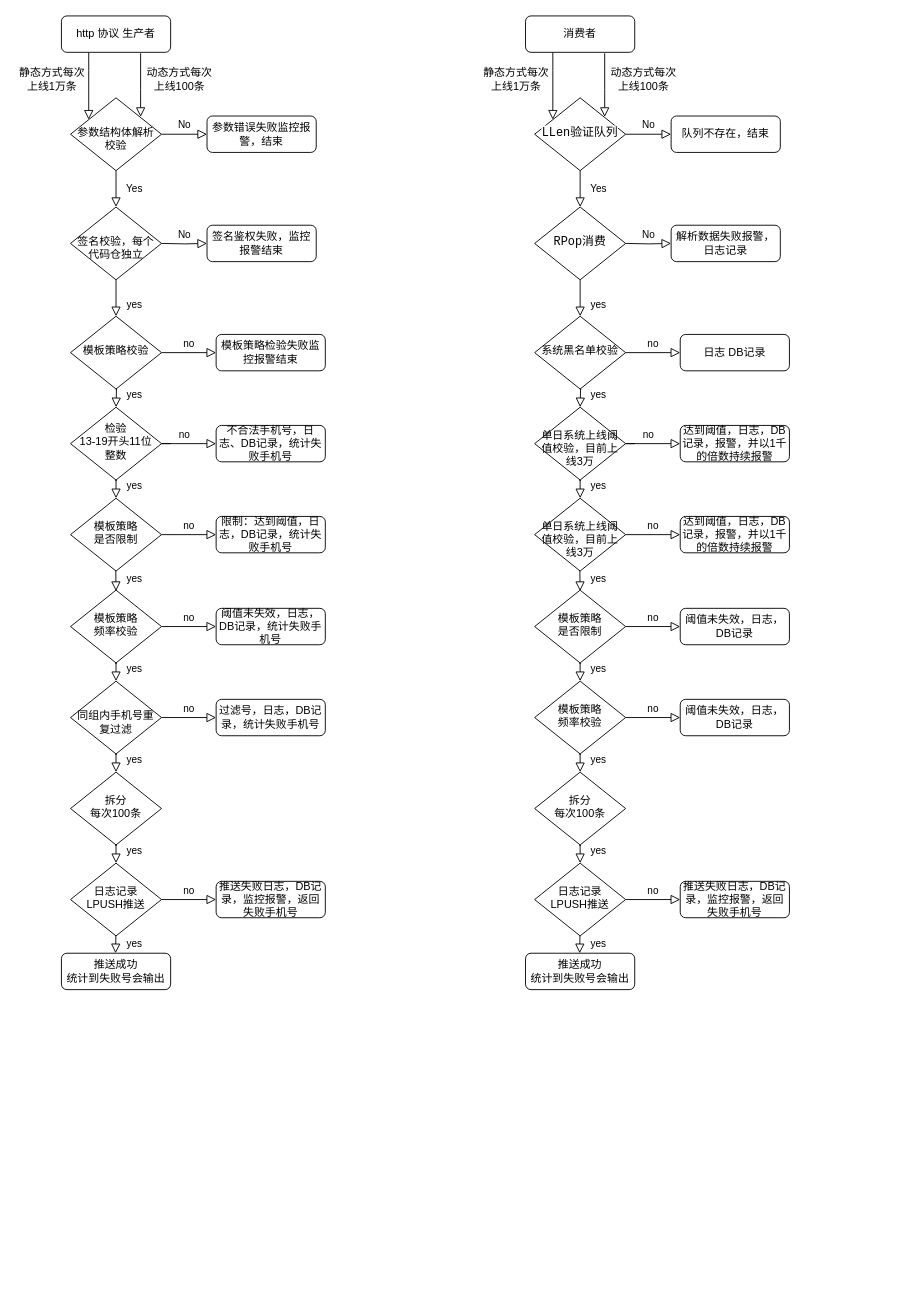
This is 新短信发送流程图.drawio from akun87/activity, a draw.io file, before an edit. Source tidied: cells renumbered, new cells numbered last; positions are measured from the earlier drawing's top-left corner, leaving out a move shared by most shapes. Both pictures are drawn from the tidied source at 91%, with x=0, y=0 at pixel (15, 15).
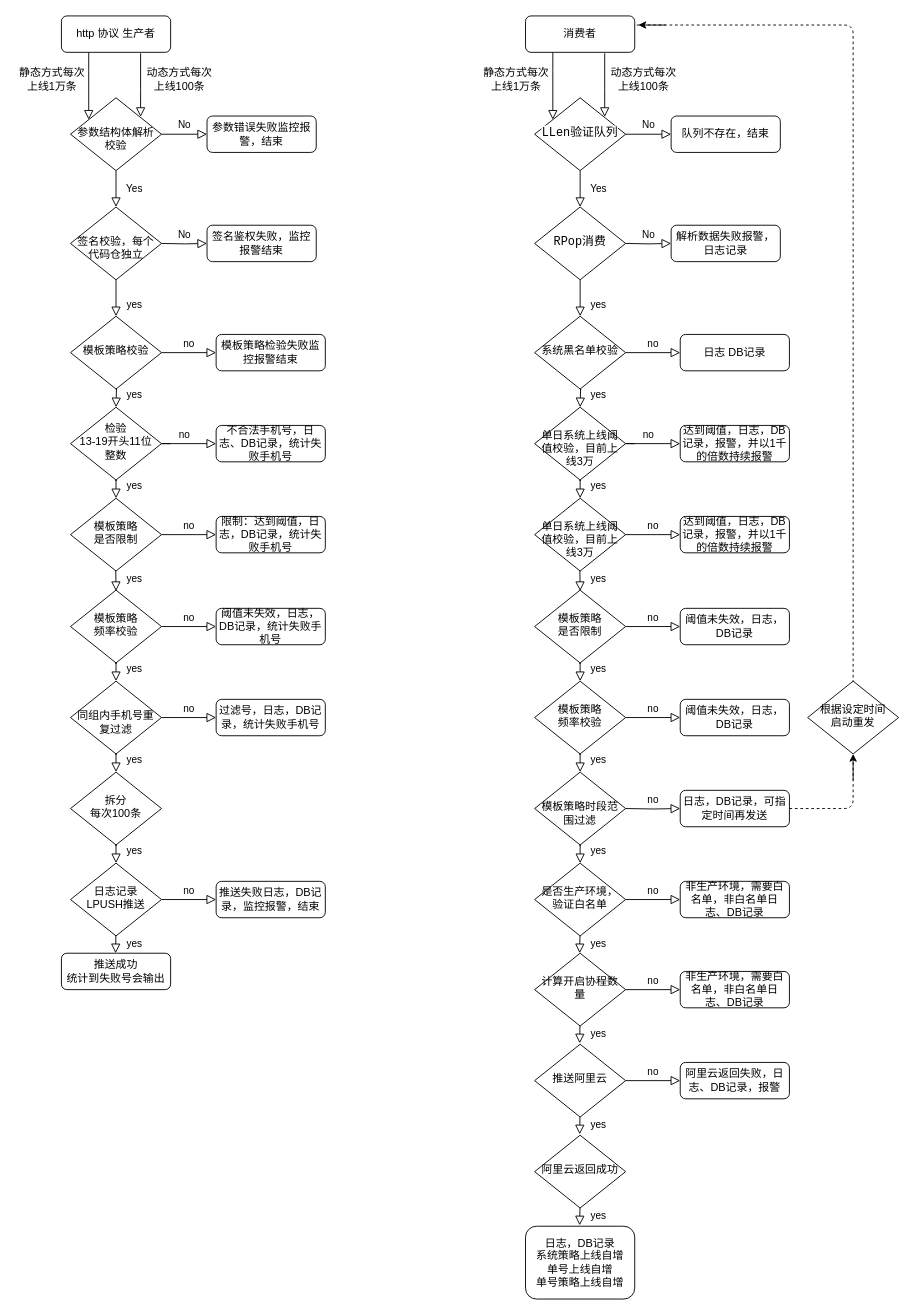
The same page after the edit.

Commit message:
更新新短信发送流程图.drawio

Unchanged cells that the change refers to:
```xml
<mxCell id="43" value="消费者" style="rounded=1;whiteSpace=wrap;html=1;fontSize=12;glass=0;strokeWidth=1;shadow=0;" parent="1" vertex="1">
  <mxGeometry x="560" width="120" height="40" as="geometry" />
</mxCell>
```

Change to the diagram source:
```diff
@@
-    <mxCell id="32" value="推送失败日志，DB记录，监控报警，返回失败手机号" style="rounded=1;whiteSpace=wrap;html=1;fontSize=12;glass=0;strokeWidth=1;shadow=0;" parent="1" vertex="1">
+    <mxCell id="32" value="推送失败日志，DB记录，监控报警，结束" style="rounded=1;whiteSpace=wrap;html=1;fontSize=12;glass=0;strokeWidth=1;shadow=0;" parent="1" vertex="1">
       <mxGeometry x="220" y="951" width="120" height="40" as="geometry" />
     </mxCell>
@@
-    <mxCell id="72" value="推送失败日志，DB记录，监控报警，返回失败手机号" style="rounded=1;whiteSpace=wrap;html=1;fontSize=12;glass=0;strokeWidth=1;shadow=0;" parent="1" vertex="1">
+    <mxCell id="72" value="非生产环境，需要白名单，非白名单日志、DB记录" style="rounded=1;whiteSpace=wrap;html=1;fontSize=12;glass=0;strokeWidth=1;shadow=0;" parent="1" vertex="1">
       <mxGeometry x="730" y="951" width="120" height="40" as="geometry" />
     </mxCell>
@@
-    <mxCell id="78" value="&lt;div&gt;拆分&lt;/div&gt;&lt;div&gt;每次100条&lt;br&gt;&lt;/div&gt;" style="rhombus;whiteSpace=wrap;html=1;shadow=0;fontFamily=Helvetica;fontSize=12;align=center;strokeWidth=1;spacing=6;spacingTop=-4;" parent="1" vertex="1">
+    <mxCell id="78" value="&lt;div&gt;&lt;br&gt;&lt;/div&gt;&lt;div&gt;模板策略时段范围过滤&lt;/div&gt;" style="rhombus;whiteSpace=wrap;html=1;shadow=0;fontFamily=Helvetica;fontSize=12;align=center;strokeWidth=1;spacing=6;spacingTop=-4;" parent="1" vertex="1">
       <mxGeometry x="570" y="831" width="100" height="80" as="geometry" />
     </mxCell>
-    <mxCell id="79" value="&lt;div&gt;推送成功&lt;/div&gt;&lt;div&gt;统计到失败号会输出&lt;/div&gt;" style="rounded=1;whiteSpace=wrap;html=1;fontSize=12;glass=0;strokeWidth=1;shadow=0;" parent="1" vertex="1">
-      <mxGeometry x="560" y="1030" width="120" height="40" as="geometry" />
-    </mxCell>
@@
-    <mxCell id="81" value="&lt;div&gt;日志记录&lt;/div&gt;&lt;div&gt;LPUSH推送&lt;br&gt;&lt;/div&gt;" style="rhombus;whiteSpace=wrap;html=1;shadow=0;fontFamily=Helvetica;fontSize=12;align=center;strokeWidth=1;spacing=6;spacingTop=-4;" parent="1" vertex="1">
+    <mxCell id="81" value="是否生产环境，验证白名单" style="rhombus;whiteSpace=wrap;html=1;shadow=0;fontFamily=Helvetica;fontSize=12;align=center;strokeWidth=1;spacing=6;spacingTop=-4;" parent="1" vertex="1">
       <mxGeometry x="570" y="931" width="100" height="80" as="geometry" />
     </mxCell>
+    <mxCell id="82" value="no" style="edgeStyle=orthogonalEdgeStyle;rounded=0;html=1;jettySize=auto;fontSize=11;endArrow=block;endFill=0;endSize=8;strokeWidth=1;shadow=0;labelBackgroundColor=none;exitX=1;exitY=0.5;exitDx=0;exitDy=0;" parent="1" edge="1" target="83">
+      <mxGeometry y="10" relative="1" as="geometry">
+        <mxPoint x="670" y="871" as="sourcePoint" />
+      </mxGeometry>
+    </mxCell>
+    <mxCell id="83" value="日志，DB记录，可指定时间再发送" style="rounded=1;whiteSpace=wrap;html=1;fontSize=12;glass=0;strokeWidth=1;shadow=0;" parent="1" vertex="1">
+      <mxGeometry x="730" y="851" width="120" height="40" as="geometry" />
+    </mxCell>
+    <mxCell id="84" value="no" style="edgeStyle=orthogonalEdgeStyle;rounded=0;html=1;jettySize=auto;fontSize=11;endArrow=block;endFill=0;endSize=8;strokeWidth=1;shadow=0;labelBackgroundColor=none;exitX=1;exitY=0.5;exitDx=0;exitDy=0;" parent="1" edge="1" source="87" target="85">
+      <mxGeometry y="10" relative="1" as="geometry" />
+    </mxCell>
+    <mxCell id="85" value="非生产环境，需要白名单，非白名单日志、DB记录" style="rounded=1;whiteSpace=wrap;html=1;fontSize=12;glass=0;strokeWidth=1;shadow=0;" parent="1" vertex="1">
+      <mxGeometry x="730" y="1050" width="120" height="40" as="geometry" />
+    </mxCell>
+    <mxCell id="86" value="yes" style="rounded=0;html=1;jettySize=auto;orthogonalLoop=1;fontSize=11;endArrow=block;endFill=0;endSize=8;strokeWidth=1;shadow=0;labelBackgroundColor=none;edgeStyle=orthogonalEdgeStyle;" parent="1" edge="1">
+      <mxGeometry x="0.33" y="20" relative="1" as="geometry">
+        <mxPoint x="620" y="1099" as="sourcePoint" />
+        <mxPoint x="619.5" y="1129" as="targetPoint" />
+      </mxGeometry>
+    </mxCell>
+    <mxCell id="87" value="计算开启协程数量" style="rhombus;whiteSpace=wrap;html=1;shadow=0;fontFamily=Helvetica;fontSize=12;align=center;strokeWidth=1;spacing=6;spacingTop=-4;" parent="1" vertex="1">
+      <mxGeometry x="570" y="1030" width="100" height="80" as="geometry" />
+    </mxCell>
+    <mxCell id="88" value="no" style="edgeStyle=orthogonalEdgeStyle;rounded=0;html=1;jettySize=auto;fontSize=11;endArrow=block;endFill=0;endSize=8;strokeWidth=1;shadow=0;labelBackgroundColor=none;exitX=1;exitY=0.5;exitDx=0;exitDy=0;" parent="1" edge="1" source="91" target="89">
+      <mxGeometry y="10" relative="1" as="geometry" />
+    </mxCell>
+    <mxCell id="89" value="阿里云返回失败，日志、DB记录，报警" style="rounded=1;whiteSpace=wrap;html=1;fontSize=12;glass=0;strokeWidth=1;shadow=0;" parent="1" vertex="1">
+      <mxGeometry x="730" y="1150" width="120" height="40" as="geometry" />
+    </mxCell>
+    <mxCell id="90" value="yes" style="rounded=0;html=1;jettySize=auto;orthogonalLoop=1;fontSize=11;endArrow=block;endFill=0;endSize=8;strokeWidth=1;shadow=0;labelBackgroundColor=none;edgeStyle=orthogonalEdgeStyle;" parent="1" edge="1">
+      <mxGeometry x="0.33" y="20" relative="1" as="geometry">
+        <mxPoint x="620" y="1199" as="sourcePoint" />
+        <mxPoint x="619.5" y="1229" as="targetPoint" />
+      </mxGeometry>
+    </mxCell>
+    <mxCell id="91" value="推送阿里云" style="rhombus;whiteSpace=wrap;html=1;shadow=0;fontFamily=Helvetica;fontSize=12;align=center;strokeWidth=1;spacing=6;spacingTop=-4;" parent="1" vertex="1">
+      <mxGeometry x="570" y="1130" width="100" height="80" as="geometry" />
+    </mxCell>
+    <mxCell id="92" value="&lt;div&gt;日志，DB记录&lt;/div&gt;&lt;div&gt;系统策略上线自增&lt;/div&gt;&lt;div&gt;单号上线自增&lt;/div&gt;&lt;div&gt;单号策略上线自增&lt;/div&gt;" style="rounded=1;whiteSpace=wrap;html=1;fontSize=12;glass=0;strokeWidth=1;shadow=0;" parent="1" vertex="1">
+      <mxGeometry x="560" y="1330" width="120" height="80" as="geometry" />
+    </mxCell>
+    <mxCell id="93" value="yes" style="rounded=0;html=1;jettySize=auto;orthogonalLoop=1;fontSize=11;endArrow=block;endFill=0;endSize=8;strokeWidth=1;shadow=0;labelBackgroundColor=none;edgeStyle=orthogonalEdgeStyle;" parent="1" edge="1">
+      <mxGeometry x="0.33" y="20" relative="1" as="geometry">
+        <mxPoint x="620" y="1299" as="sourcePoint" />
+        <mxPoint x="619.5" y="1329" as="targetPoint" />
+      </mxGeometry>
+    </mxCell>
+    <mxCell id="94" value="阿里云返回成功" style="rhombus;whiteSpace=wrap;html=1;shadow=0;fontFamily=Helvetica;fontSize=12;align=center;strokeWidth=1;spacing=6;spacingTop=-4;" parent="1" vertex="1">
+      <mxGeometry x="570" y="1230" width="100" height="80" as="geometry" />
+    </mxCell>
+    <mxCell id="95" style="endArrow=none;dashed=1;html=1;exitX=1;exitY=0.5;exitDx=0;exitDy=0;entryX=1;entryY=0.25;entryDx=0;entryDy=0;" parent="1" edge="1" source="83" target="43">
+      <mxGeometry relative="1" as="geometry">
+        <Array as="points">
+          <mxPoint x="920" y="871" />
+          <mxPoint x="920" y="10" />
+        </Array>
+      </mxGeometry>
+    </mxCell>
+    <mxCell id="96" value="&lt;div&gt;根据设定时间&lt;/div&gt;&lt;div&gt;启动重发&lt;/div&gt;" style="rhombus;whiteSpace=wrap;html=1;shadow=0;fontFamily=Helvetica;fontSize=12;align=center;strokeWidth=1;spacing=6;spacingTop=-4;" parent="1" vertex="1">
+      <mxGeometry x="870" y="731" width="100" height="80" as="geometry" />
+    </mxCell>
+    <mxCell id="97" style="endArrow=classic;html=1;entryX=0.5;entryY=1;entryDx=0;entryDy=0;" parent="1" edge="1" target="96">
+      <mxGeometry relative="1" as="geometry">
+        <mxPoint x="920" y="840" as="sourcePoint" />
+      </mxGeometry>
+    </mxCell>
+    <mxCell id="98" style="endArrow=classic;html=1;" parent="1" edge="1">
+      <mxGeometry relative="1" as="geometry">
+        <mxPoint x="714" y="10" as="sourcePoint" />
+        <mxPoint x="684" y="10" as="targetPoint" />
+      </mxGeometry>
+    </mxCell>
```
